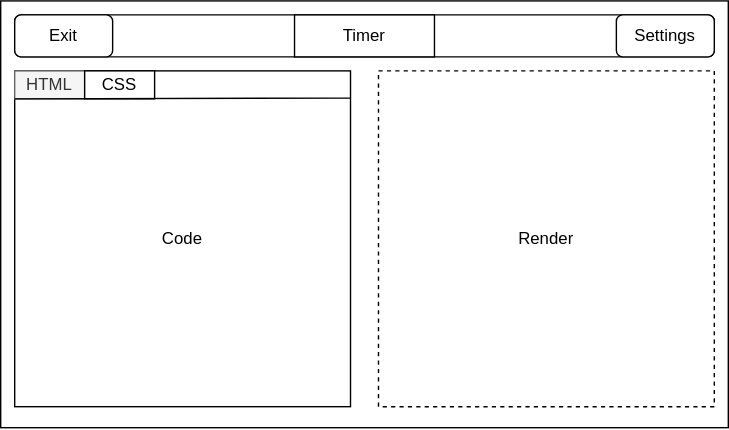
The draw.io diagram docs/wireframes/game_screen.svg in cse110-sp26-group23/cse110-sp26-group23, before a commit. Source tidied: cells renumbered, new cells last; positions are measured from the earlier drawing's top-left corner, leaving out a move shared by most shapes.
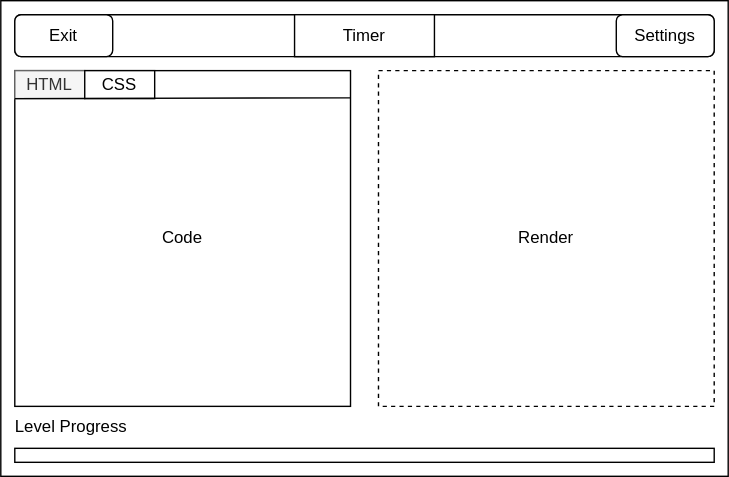
The same file after the commit.

Diff of the diagram source:
```diff
@@ -21,7 +21,7 @@
       <mxGeometry x="270" y="50" width="240" height="240" as="geometry" />
     </mxCell>
     <mxCell id="8" style="rounded=0;whiteSpace=wrap;html=1;fillColor=none;" parent="1" vertex="1">
-      <mxGeometry width="520" height="305" as="geometry" />
+      <mxGeometry width="520" height="340" as="geometry" />
     </mxCell>
     <mxCell id="9" value="HTML" style="rounded=0;whiteSpace=wrap;html=1;fillColor=#f5f5f5;fontColor=#333333;strokeColor=#666666;" parent="1" vertex="1">
       <mxGeometry x="10" y="50" width="50" height="20" as="geometry" />
@@ -32,5 +32,11 @@
     <mxCell id="11" style="endArrow=none;html=1;entryX=0;entryY=1;entryDx=0;entryDy=0;exitX=1;exitY=0.081;exitDx=0;exitDy=0;exitPerimeter=0;" parent="1" edge="1" source="6" target="9">
       <mxGeometry relative="1" as="geometry" />
     </mxCell>
+    <mxCell id="12" style="rounded=0;whiteSpace=wrap;html=1;" parent="1" vertex="1">
+      <mxGeometry x="10" y="320" width="500" height="10" as="geometry" />
+    </mxCell>
+    <mxCell id="13" value="Level Progress" style="text;html=1;align=center;verticalAlign=middle;strokeColor=none;fillColor=none;" parent="1" vertex="1">
+      <mxGeometry y="290" width="100" height="30" as="geometry" />
+    </mxCell>
   </root>
 </mxGraphModel>
```
